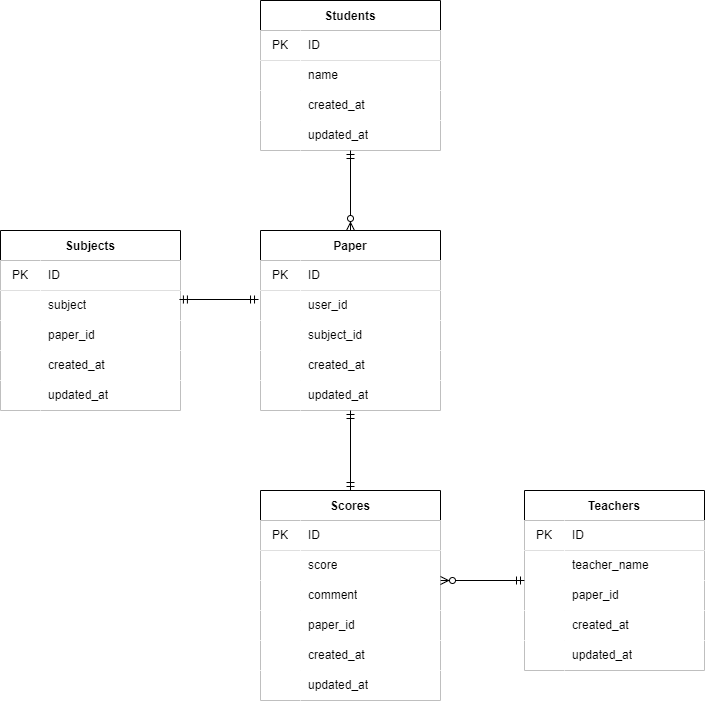
This is 20221026koyanagi/index.drawio.png from yuki-zirushi/PowerStruggle, a draw.io export, as it was before one commit. Source tidied: cells renumbered, new cells last; positions are measured from the earlier drawing's top-left corner, leaving out a move shared by most shapes. Source of this version:
```xml
<mxGraphModel>
  <root>
    <mxCell id="0" />
    <mxCell id="1" parent="0" />
    <mxCell id="2" value="Students" style="shape=table;startSize=30;rowLines=0;fontStyle=1;align=center;labelBackgroundColor=none;labelBorderColor=none;fillColor=default;" parent="1" vertex="1">
      <mxGeometry x="260" width="180" height="150" as="geometry" />
    </mxCell>
    <mxCell id="3" style="shape=partialRectangle;html=1;whiteSpace=wrap;top=0;left=0;bottom=1;right=0;labelBackgroundColor=none;labelBorderColor=none;" parent="2" vertex="1">
      <mxGeometry y="30" width="180" height="30" as="geometry" />
    </mxCell>
    <mxCell id="4" value="PK" style="shape=partialRectangle;html=1;whiteSpace=wrap;top=0;left=0;bottom=0;right=0;overflow=hidden;labelBackgroundColor=none;labelBorderColor=none;" parent="3" vertex="1">
      <mxGeometry width="40" height="30" as="geometry" />
    </mxCell>
    <mxCell id="5" value="ID" style="shape=partialRectangle;html=1;whiteSpace=wrap;top=0;left=0;bottom=0;right=0;align=left;spacingLeft=6;overflow=hidden;fontStyle=0;labelBackgroundColor=none;labelBorderColor=none;horizontal=1;" parent="3" vertex="1">
      <mxGeometry x="40" width="140" height="30" as="geometry" />
    </mxCell>
    <mxCell id="6" style="shape=partialRectangle;html=1;whiteSpace=wrap;top=0;left=0;bottom=0;right=0;labelBackgroundColor=none;labelBorderColor=none;" parent="2" vertex="1">
      <mxGeometry y="60" width="180" height="30" as="geometry" />
    </mxCell>
    <mxCell id="7" style="shape=partialRectangle;html=1;whiteSpace=wrap;top=0;left=0;bottom=0;right=0;overflow=hidden;labelBackgroundColor=none;labelBorderColor=none;" parent="6" vertex="1">
      <mxGeometry width="40" height="30" as="geometry" />
    </mxCell>
    <mxCell id="8" value="name" style="shape=partialRectangle;html=1;whiteSpace=wrap;top=0;left=0;bottom=0;right=0;align=left;spacingLeft=6;overflow=hidden;labelBackgroundColor=none;labelBorderColor=none;" parent="6" vertex="1">
      <mxGeometry x="40" width="140" height="30" as="geometry" />
    </mxCell>
    <mxCell id="9" style="shape=partialRectangle;html=1;whiteSpace=wrap;top=0;left=0;bottom=0;right=0;labelBackgroundColor=none;labelBorderColor=none;" parent="2" vertex="1">
      <mxGeometry y="90" width="180" height="30" as="geometry" />
    </mxCell>
    <mxCell id="10" style="shape=partialRectangle;html=1;whiteSpace=wrap;top=0;left=0;bottom=0;right=0;overflow=hidden;labelBackgroundColor=none;labelBorderColor=none;" parent="9" vertex="1">
      <mxGeometry width="40" height="30" as="geometry" />
    </mxCell>
    <mxCell id="11" value="created_at" style="shape=partialRectangle;html=1;whiteSpace=wrap;top=0;left=0;bottom=0;right=0;align=left;spacingLeft=6;overflow=hidden;labelBackgroundColor=none;labelBorderColor=none;" parent="9" vertex="1">
      <mxGeometry x="40" width="140" height="30" as="geometry" />
    </mxCell>
    <mxCell id="12" style="shape=partialRectangle;html=1;whiteSpace=wrap;top=0;left=0;bottom=0;right=0;points=[[0,0.5],[1,0.5]];portConstraint=eastwest;labelBackgroundColor=none;labelBorderColor=none;" parent="2" vertex="1">
      <mxGeometry y="120" width="180" height="30" as="geometry" />
    </mxCell>
    <mxCell id="13" style="shape=partialRectangle;html=1;whiteSpace=wrap;top=0;left=0;bottom=0;right=0;overflow=hidden;labelBackgroundColor=none;labelBorderColor=none;" parent="12" vertex="1">
      <mxGeometry width="40" height="30" as="geometry" />
    </mxCell>
    <mxCell id="14" value="updated_at" style="shape=partialRectangle;html=1;whiteSpace=wrap;top=0;left=0;bottom=0;right=0;align=left;spacingLeft=6;overflow=hidden;labelBackgroundColor=none;labelBorderColor=none;" parent="12" vertex="1">
      <mxGeometry x="40" width="140" height="30" as="geometry" />
    </mxCell>
    <mxCell id="15" value="Subjects" style="shape=table;startSize=30;rowLines=0;fontStyle=1;align=center;" parent="1" vertex="1">
      <mxGeometry y="230" width="180" height="180" as="geometry" />
    </mxCell>
    <mxCell id="16" style="shape=partialRectangle;html=1;whiteSpace=wrap;top=0;left=0;bottom=1;right=0;" parent="15" vertex="1">
      <mxGeometry y="30" width="180" height="30" as="geometry" />
    </mxCell>
    <mxCell id="17" value="PK" style="shape=partialRectangle;html=1;whiteSpace=wrap;top=0;left=0;bottom=0;right=0;overflow=hidden;" parent="16" vertex="1">
      <mxGeometry width="40" height="30" as="geometry" />
    </mxCell>
    <mxCell id="18" value="ID" style="shape=partialRectangle;html=1;whiteSpace=wrap;top=0;left=0;bottom=0;right=0;align=left;spacingLeft=6;overflow=hidden;" parent="16" vertex="1">
      <mxGeometry x="40" width="140" height="30" as="geometry" />
    </mxCell>
    <mxCell id="19" style="shape=partialRectangle;html=1;whiteSpace=wrap;top=0;left=0;bottom=0;right=0;points=[[0,0.5],[1,0.5]];portConstraint=eastwest;" parent="15" vertex="1">
      <mxGeometry y="60" width="180" height="30" as="geometry" />
    </mxCell>
    <mxCell id="20" style="shape=partialRectangle;html=1;whiteSpace=wrap;top=0;left=0;bottom=0;right=0;overflow=hidden;" parent="19" vertex="1">
      <mxGeometry width="40" height="30" as="geometry" />
    </mxCell>
    <mxCell id="21" value="subject" style="shape=partialRectangle;html=1;whiteSpace=wrap;top=0;left=0;bottom=0;right=0;align=left;spacingLeft=6;overflow=hidden;" parent="19" vertex="1">
      <mxGeometry x="40" width="140" height="30" as="geometry" />
    </mxCell>
    <mxCell id="22" style="shape=partialRectangle;html=1;whiteSpace=wrap;top=0;left=0;bottom=0;right=0;" parent="15" vertex="1">
      <mxGeometry y="90" width="180" height="30" as="geometry" />
    </mxCell>
    <mxCell id="23" style="shape=partialRectangle;html=1;whiteSpace=wrap;top=0;left=0;bottom=0;right=0;overflow=hidden;" parent="22" vertex="1">
      <mxGeometry width="40" height="30" as="geometry" />
    </mxCell>
    <mxCell id="24" value="paper_id" style="shape=partialRectangle;html=1;whiteSpace=wrap;top=0;left=0;bottom=0;right=0;align=left;spacingLeft=6;overflow=hidden;" parent="22" vertex="1">
      <mxGeometry x="40" width="140" height="30" as="geometry" />
    </mxCell>
    <mxCell id="25" style="shape=partialRectangle;html=1;whiteSpace=wrap;top=0;left=0;bottom=0;right=0;" parent="15" vertex="1">
      <mxGeometry y="120" width="180" height="30" as="geometry" />
    </mxCell>
    <mxCell id="26" style="shape=partialRectangle;html=1;whiteSpace=wrap;top=0;left=0;bottom=0;right=0;overflow=hidden;" parent="25" vertex="1">
      <mxGeometry width="40" height="30" as="geometry" />
    </mxCell>
    <mxCell id="27" value="created_at" style="shape=partialRectangle;html=1;whiteSpace=wrap;top=0;left=0;bottom=0;right=0;align=left;spacingLeft=6;overflow=hidden;" parent="25" vertex="1">
      <mxGeometry x="40" width="140" height="30" as="geometry" />
    </mxCell>
    <mxCell id="28" style="shape=partialRectangle;html=1;whiteSpace=wrap;top=0;left=0;bottom=0;right=0;" parent="15" vertex="1">
      <mxGeometry y="150" width="180" height="30" as="geometry" />
    </mxCell>
    <mxCell id="29" style="shape=partialRectangle;html=1;whiteSpace=wrap;top=0;left=0;bottom=0;right=0;overflow=hidden;" parent="28" vertex="1">
      <mxGeometry width="40" height="30" as="geometry" />
    </mxCell>
    <mxCell id="30" value="updated_at" style="shape=partialRectangle;html=1;whiteSpace=wrap;top=0;left=0;bottom=0;right=0;align=left;spacingLeft=6;overflow=hidden;" parent="28" vertex="1">
      <mxGeometry x="40" width="140" height="30" as="geometry" />
    </mxCell>
    <mxCell id="31" value="Scores" style="shape=table;startSize=30;rowLines=0;fontStyle=1;align=center;" parent="1" vertex="1">
      <mxGeometry x="260" y="490" width="180" height="210" as="geometry" />
    </mxCell>
    <mxCell id="32" style="shape=partialRectangle;html=1;whiteSpace=wrap;top=0;left=0;bottom=1;right=0;" parent="31" vertex="1">
      <mxGeometry y="30" width="180" height="30" as="geometry" />
    </mxCell>
    <mxCell id="33" value="PK" style="shape=partialRectangle;html=1;whiteSpace=wrap;top=0;left=0;bottom=0;right=0;overflow=hidden;" parent="32" vertex="1">
      <mxGeometry width="40" height="30" as="geometry" />
    </mxCell>
    <mxCell id="34" value="ID" style="shape=partialRectangle;html=1;whiteSpace=wrap;top=0;left=0;bottom=0;right=0;align=left;spacingLeft=6;overflow=hidden;" parent="32" vertex="1">
      <mxGeometry x="40" width="140" height="30" as="geometry" />
    </mxCell>
    <mxCell id="35" style="shape=partialRectangle;html=1;whiteSpace=wrap;top=0;left=0;bottom=0;right=0;" parent="31" vertex="1">
      <mxGeometry y="60" width="180" height="30" as="geometry" />
    </mxCell>
    <mxCell id="36" style="shape=partialRectangle;html=1;whiteSpace=wrap;top=0;left=0;bottom=0;right=0;overflow=hidden;" parent="35" vertex="1">
      <mxGeometry width="40" height="30" as="geometry" />
    </mxCell>
    <mxCell id="37" value="score" style="shape=partialRectangle;html=1;whiteSpace=wrap;top=0;left=0;bottom=0;right=0;align=left;spacingLeft=6;overflow=hidden;" parent="35" vertex="1">
      <mxGeometry x="40" width="140" height="30" as="geometry" />
    </mxCell>
    <mxCell id="38" style="shape=partialRectangle;html=1;whiteSpace=wrap;top=0;left=0;bottom=0;right=0;" parent="31" vertex="1">
      <mxGeometry y="90" width="180" height="30" as="geometry" />
    </mxCell>
    <mxCell id="39" style="shape=partialRectangle;html=1;whiteSpace=wrap;top=0;left=0;bottom=0;right=0;overflow=hidden;" parent="38" vertex="1">
      <mxGeometry width="40" height="30" as="geometry" />
    </mxCell>
    <mxCell id="40" value="comment" style="shape=partialRectangle;html=1;whiteSpace=wrap;top=0;left=0;bottom=0;right=0;align=left;spacingLeft=6;overflow=hidden;" parent="38" vertex="1">
      <mxGeometry x="40" width="140" height="30" as="geometry" />
    </mxCell>
    <mxCell id="41" style="shape=partialRectangle;html=1;whiteSpace=wrap;top=0;left=0;bottom=0;right=0;" parent="31" vertex="1">
      <mxGeometry y="120" width="180" height="30" as="geometry" />
    </mxCell>
    <mxCell id="42" style="shape=partialRectangle;html=1;whiteSpace=wrap;top=0;left=0;bottom=0;right=0;overflow=hidden;" parent="41" vertex="1">
      <mxGeometry width="40" height="30" as="geometry" />
    </mxCell>
    <mxCell id="43" value="paper_id" style="shape=partialRectangle;html=1;whiteSpace=wrap;top=0;left=0;bottom=0;right=0;align=left;spacingLeft=6;overflow=hidden;" parent="41" vertex="1">
      <mxGeometry x="40" width="140" height="30" as="geometry" />
    </mxCell>
    <mxCell id="44" style="shape=partialRectangle;html=1;whiteSpace=wrap;top=0;left=0;bottom=0;right=0;" parent="31" vertex="1">
      <mxGeometry y="150" width="180" height="30" as="geometry" />
    </mxCell>
    <mxCell id="45" style="shape=partialRectangle;html=1;whiteSpace=wrap;top=0;left=0;bottom=0;right=0;overflow=hidden;" parent="44" vertex="1">
      <mxGeometry width="40" height="30" as="geometry" />
    </mxCell>
    <mxCell id="46" value="created_at" style="shape=partialRectangle;html=1;whiteSpace=wrap;top=0;left=0;bottom=0;right=0;align=left;spacingLeft=6;overflow=hidden;" parent="44" vertex="1">
      <mxGeometry x="40" width="140" height="30" as="geometry" />
    </mxCell>
    <mxCell id="47" style="shape=partialRectangle;html=1;whiteSpace=wrap;top=0;left=0;bottom=0;right=0;" parent="31" vertex="1">
      <mxGeometry y="180" width="180" height="30" as="geometry" />
    </mxCell>
    <mxCell id="48" style="shape=partialRectangle;html=1;whiteSpace=wrap;top=0;left=0;bottom=0;right=0;overflow=hidden;" parent="47" vertex="1">
      <mxGeometry width="40" height="30" as="geometry" />
    </mxCell>
    <mxCell id="49" value="updated_at" style="shape=partialRectangle;html=1;whiteSpace=wrap;top=0;left=0;bottom=0;right=0;align=left;spacingLeft=6;overflow=hidden;" parent="47" vertex="1">
      <mxGeometry x="40" width="140" height="30" as="geometry" />
    </mxCell>
    <mxCell id="50" value="Teachers" style="shape=table;startSize=30;rowLines=0;fontStyle=1;align=center;" parent="1" vertex="1">
      <mxGeometry x="524" y="490" width="180" height="180" as="geometry" />
    </mxCell>
    <mxCell id="51" style="shape=partialRectangle;html=1;whiteSpace=wrap;top=0;left=0;bottom=1;right=0;" parent="50" vertex="1">
      <mxGeometry y="30" width="180" height="30" as="geometry" />
    </mxCell>
    <mxCell id="52" value="PK" style="shape=partialRectangle;html=1;whiteSpace=wrap;top=0;left=0;bottom=0;right=0;overflow=hidden;" parent="51" vertex="1">
      <mxGeometry width="40" height="30" as="geometry" />
    </mxCell>
    <mxCell id="53" value="ID" style="shape=partialRectangle;html=1;whiteSpace=wrap;top=0;left=0;bottom=0;right=0;align=left;spacingLeft=6;overflow=hidden;" parent="51" vertex="1">
      <mxGeometry x="40" width="140" height="30" as="geometry" />
    </mxCell>
    <mxCell id="54" style="shape=partialRectangle;html=1;whiteSpace=wrap;top=0;left=0;bottom=0;right=0;" parent="50" vertex="1">
      <mxGeometry y="60" width="180" height="30" as="geometry" />
    </mxCell>
    <mxCell id="55" style="shape=partialRectangle;html=1;whiteSpace=wrap;top=0;left=0;bottom=0;right=0;overflow=hidden;" parent="54" vertex="1">
      <mxGeometry width="40" height="30" as="geometry" />
    </mxCell>
    <mxCell id="56" value="teacher_name" style="shape=partialRectangle;html=1;whiteSpace=wrap;top=0;left=0;bottom=0;right=0;align=left;spacingLeft=6;overflow=hidden;" parent="54" vertex="1">
      <mxGeometry x="40" width="140" height="30" as="geometry" />
    </mxCell>
    <mxCell id="57" style="shape=partialRectangle;html=1;whiteSpace=wrap;top=0;left=0;bottom=0;right=0;" parent="50" vertex="1">
      <mxGeometry y="90" width="180" height="30" as="geometry" />
    </mxCell>
    <mxCell id="58" style="shape=partialRectangle;html=1;whiteSpace=wrap;top=0;left=0;bottom=0;right=0;overflow=hidden;" parent="57" vertex="1">
      <mxGeometry width="40" height="30" as="geometry" />
    </mxCell>
    <mxCell id="59" value="paper_id" style="shape=partialRectangle;html=1;whiteSpace=wrap;top=0;left=0;bottom=0;right=0;align=left;spacingLeft=6;overflow=hidden;" parent="57" vertex="1">
      <mxGeometry x="40" width="140" height="30" as="geometry" />
    </mxCell>
    <mxCell id="60" style="shape=partialRectangle;html=1;whiteSpace=wrap;top=0;left=0;bottom=0;right=0;" parent="50" vertex="1">
      <mxGeometry y="120" width="180" height="30" as="geometry" />
    </mxCell>
    <mxCell id="61" style="shape=partialRectangle;html=1;whiteSpace=wrap;top=0;left=0;bottom=0;right=0;overflow=hidden;" parent="60" vertex="1">
      <mxGeometry width="40" height="30" as="geometry" />
    </mxCell>
    <mxCell id="62" value="created_at" style="shape=partialRectangle;html=1;whiteSpace=wrap;top=0;left=0;bottom=0;right=0;align=left;spacingLeft=6;overflow=hidden;" parent="60" vertex="1">
      <mxGeometry x="40" width="140" height="30" as="geometry" />
    </mxCell>
    <mxCell id="63" style="shape=partialRectangle;html=1;whiteSpace=wrap;top=0;left=0;bottom=0;right=0;" parent="50" vertex="1">
      <mxGeometry y="150" width="180" height="30" as="geometry" />
    </mxCell>
    <mxCell id="64" style="shape=partialRectangle;html=1;whiteSpace=wrap;top=0;left=0;bottom=0;right=0;overflow=hidden;" parent="63" vertex="1">
      <mxGeometry width="40" height="30" as="geometry" />
    </mxCell>
    <mxCell id="65" value="updated_at" style="shape=partialRectangle;html=1;whiteSpace=wrap;top=0;left=0;bottom=0;right=0;align=left;spacingLeft=6;overflow=hidden;" parent="63" vertex="1">
      <mxGeometry x="40" width="140" height="30" as="geometry" />
    </mxCell>
    <mxCell id="66" value="Paper" style="shape=table;startSize=30;rowLines=0;fontStyle=1;align=center;labelBackgroundColor=none;labelBorderColor=none;" parent="1" vertex="1">
      <mxGeometry x="260" y="230" width="180" height="180" as="geometry" />
    </mxCell>
    <mxCell id="67" style="shape=partialRectangle;html=1;whiteSpace=wrap;top=0;left=0;bottom=1;right=0;labelBackgroundColor=none;labelBorderColor=none;" parent="66" vertex="1">
      <mxGeometry y="30" width="180" height="30" as="geometry" />
    </mxCell>
    <mxCell id="68" value="PK" style="shape=partialRectangle;html=1;whiteSpace=wrap;top=0;left=0;bottom=0;right=0;overflow=hidden;labelBackgroundColor=none;labelBorderColor=none;" parent="67" vertex="1">
      <mxGeometry width="40" height="30" as="geometry" />
    </mxCell>
    <mxCell id="69" value="ID" style="shape=partialRectangle;html=1;whiteSpace=wrap;top=0;left=0;bottom=0;right=0;align=left;spacingLeft=6;overflow=hidden;fontStyle=0;labelBackgroundColor=none;labelBorderColor=none;horizontal=1;" parent="67" vertex="1">
      <mxGeometry x="40" width="140" height="30" as="geometry" />
    </mxCell>
    <mxCell id="70" style="shape=partialRectangle;html=1;whiteSpace=wrap;top=0;left=0;bottom=0;right=0;points=[[0,0.5],[1,0.5]];portConstraint=eastwest;labelBackgroundColor=none;labelBorderColor=none;" parent="66" vertex="1">
      <mxGeometry y="60" width="180" height="30" as="geometry" />
    </mxCell>
    <mxCell id="71" style="shape=partialRectangle;html=1;whiteSpace=wrap;top=0;left=0;bottom=0;right=0;overflow=hidden;labelBackgroundColor=none;labelBorderColor=none;" parent="70" vertex="1">
      <mxGeometry width="40" height="30" as="geometry" />
    </mxCell>
    <mxCell id="72" value="user_id" style="shape=partialRectangle;html=1;whiteSpace=wrap;top=0;left=0;bottom=0;right=0;align=left;spacingLeft=6;overflow=hidden;labelBackgroundColor=none;labelBorderColor=none;" parent="70" vertex="1">
      <mxGeometry x="40" width="140" height="30" as="geometry" />
    </mxCell>
    <mxCell id="73" style="shape=partialRectangle;html=1;whiteSpace=wrap;top=0;left=0;bottom=0;right=0;labelBackgroundColor=none;labelBorderColor=none;" parent="66" vertex="1">
      <mxGeometry y="90" width="180" height="30" as="geometry" />
    </mxCell>
    <mxCell id="74" style="shape=partialRectangle;html=1;whiteSpace=wrap;top=0;left=0;bottom=0;right=0;overflow=hidden;labelBackgroundColor=none;labelBorderColor=none;" parent="73" vertex="1">
      <mxGeometry width="40" height="30" as="geometry" />
    </mxCell>
    <mxCell id="75" value="subject_id" style="shape=partialRectangle;html=1;whiteSpace=wrap;top=0;left=0;bottom=0;right=0;align=left;spacingLeft=6;overflow=hidden;labelBackgroundColor=none;labelBorderColor=none;" parent="73" vertex="1">
      <mxGeometry x="40" width="140" height="30" as="geometry" />
    </mxCell>
    <mxCell id="76" style="shape=partialRectangle;html=1;whiteSpace=wrap;top=0;left=0;bottom=0;right=0;labelBackgroundColor=none;labelBorderColor=none;" parent="66" vertex="1">
      <mxGeometry y="120" width="180" height="30" as="geometry" />
    </mxCell>
    <mxCell id="77" style="shape=partialRectangle;html=1;whiteSpace=wrap;top=0;left=0;bottom=0;right=0;overflow=hidden;labelBackgroundColor=none;labelBorderColor=none;" parent="76" vertex="1">
      <mxGeometry width="40" height="30" as="geometry" />
    </mxCell>
    <mxCell id="78" value="created_at" style="shape=partialRectangle;html=1;whiteSpace=wrap;top=0;left=0;bottom=0;right=0;align=left;spacingLeft=6;overflow=hidden;labelBackgroundColor=none;labelBorderColor=none;" parent="76" vertex="1">
      <mxGeometry x="40" width="140" height="30" as="geometry" />
    </mxCell>
    <mxCell id="79" style="shape=partialRectangle;html=1;whiteSpace=wrap;top=0;left=0;bottom=0;right=0;points=[[0,0.5],[1,0.5]];portConstraint=eastwest;labelBackgroundColor=none;labelBorderColor=none;" parent="66" vertex="1">
      <mxGeometry y="150" width="180" height="30" as="geometry" />
    </mxCell>
    <mxCell id="80" style="shape=partialRectangle;html=1;whiteSpace=wrap;top=0;left=0;bottom=0;right=0;overflow=hidden;labelBackgroundColor=none;labelBorderColor=none;" parent="79" vertex="1">
      <mxGeometry width="40" height="30" as="geometry" />
    </mxCell>
    <mxCell id="81" value="updated_at" style="shape=partialRectangle;html=1;whiteSpace=wrap;top=0;left=0;bottom=0;right=0;align=left;spacingLeft=6;overflow=hidden;labelBackgroundColor=none;labelBorderColor=none;" parent="79" vertex="1">
      <mxGeometry x="40" width="140" height="30" as="geometry" />
    </mxCell>
    <mxCell id="82" style="fontSize=12;html=1;endArrow=ERzeroToMany;startArrow=ERmandOne;entryX=0.5;entryY=0;entryDx=0;entryDy=0;" parent="1" edge="1" source="12" target="66">
      <mxGeometry relative="1" as="geometry" />
    </mxCell>
    <mxCell id="83" style="fontSize=12;html=1;endArrow=ERmandOne;startArrow=ERmandOne;exitX=0.5;exitY=1;exitDx=0;exitDy=0;entryX=0.5;entryY=0;entryDx=0;entryDy=0;" parent="1" edge="1" source="66">
      <mxGeometry relative="1" as="geometry">
        <mxPoint x="350" y="490" as="targetPoint" />
      </mxGeometry>
    </mxCell>
    <mxCell id="84" style="fontSize=12;html=1;endArrow=ERzeroToMany;startArrow=ERmandOne;exitX=0;exitY=0.5;exitDx=0;exitDy=0;" parent="1" edge="1" source="50">
      <mxGeometry relative="1" as="geometry">
        <mxPoint x="440" y="580" as="targetPoint" />
      </mxGeometry>
    </mxCell>
    <mxCell id="85" style="fontSize=12;html=1;endArrow=ERmandOne;startArrow=ERmandOne;exitX=0.994;exitY=0.3;exitDx=0;exitDy=0;exitPerimeter=0;entryX=-0.011;entryY=0.3;entryDx=0;entryDy=0;entryPerimeter=0;" parent="1" edge="1" source="19" target="70">
      <mxGeometry relative="1" as="geometry" />
    </mxCell>
  </root>
</mxGraphModel>
```
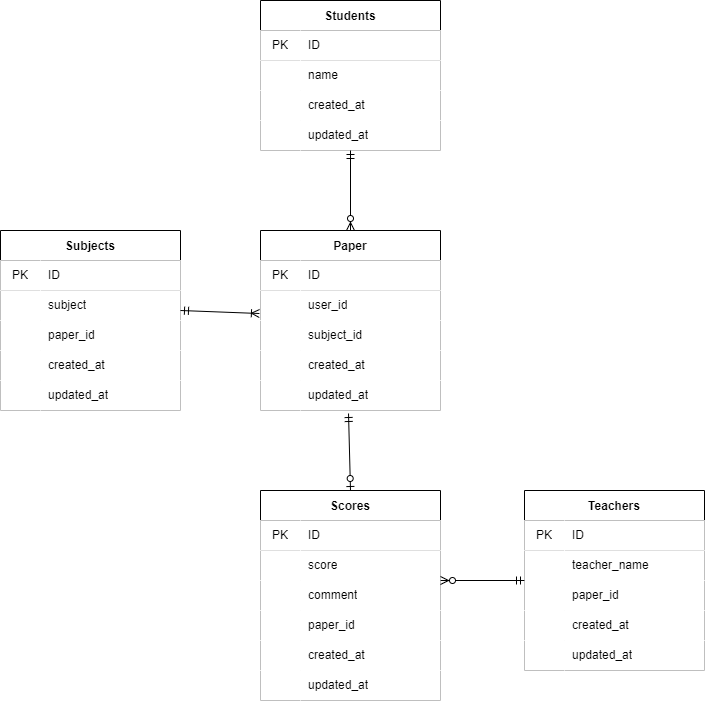
After the change.

Change to the diagram source:
```diff
@@ -245,18 +245,18 @@
     <mxCell id="82" style="fontSize=12;html=1;endArrow=ERzeroToMany;startArrow=ERmandOne;entryX=0.5;entryY=0;entryDx=0;entryDy=0;" parent="1" edge="1" source="12" target="66">
       <mxGeometry relative="1" as="geometry" />
     </mxCell>
-    <mxCell id="83" style="fontSize=12;html=1;endArrow=ERmandOne;startArrow=ERmandOne;exitX=0.5;exitY=1;exitDx=0;exitDy=0;entryX=0.5;entryY=0;entryDx=0;entryDy=0;" parent="1" edge="1" source="66">
-      <mxGeometry relative="1" as="geometry">
-        <mxPoint x="350" y="490" as="targetPoint" />
-      </mxGeometry>
-    </mxCell>
     <mxCell id="84" style="fontSize=12;html=1;endArrow=ERzeroToMany;startArrow=ERmandOne;exitX=0;exitY=0.5;exitDx=0;exitDy=0;" parent="1" edge="1" source="50">
       <mxGeometry relative="1" as="geometry">
         <mxPoint x="440" y="580" as="targetPoint" />
       </mxGeometry>
     </mxCell>
-    <mxCell id="85" style="fontSize=12;html=1;endArrow=ERmandOne;startArrow=ERmandOne;exitX=0.994;exitY=0.3;exitDx=0;exitDy=0;exitPerimeter=0;entryX=-0.011;entryY=0.3;entryDx=0;entryDy=0;entryPerimeter=0;" parent="1" edge="1" source="19" target="70">
-      <mxGeometry relative="1" as="geometry" />
-    </mxCell>
+    <mxCell id="86" style="fontSize=12;html=1;endArrow=ERzeroToOne;startArrow=ERmandOne;entryX=0.5;entryY=0;entryDx=0;entryDy=0;exitX=0.489;exitY=1.1;exitDx=0;exitDy=0;exitPerimeter=0;" parent="1" edge="1" source="79" target="31">
+      <mxGeometry relative="1" as="geometry" />
+    </mxCell>
+    <mxCell id="87" style="fontSize=12;html=1;endArrow=ERoneToMany;startArrow=ERmandOne;entryX=-0.006;entryY=0.767;entryDx=0;entryDy=0;entryPerimeter=0;" parent="1" edge="1" target="70">
+      <mxGeometry relative="1" as="geometry">
+        <mxPoint x="180" y="310" as="sourcePoint" />
+      </mxGeometry>
+    </mxCell>
   </root>
 </mxGraphModel>
```
